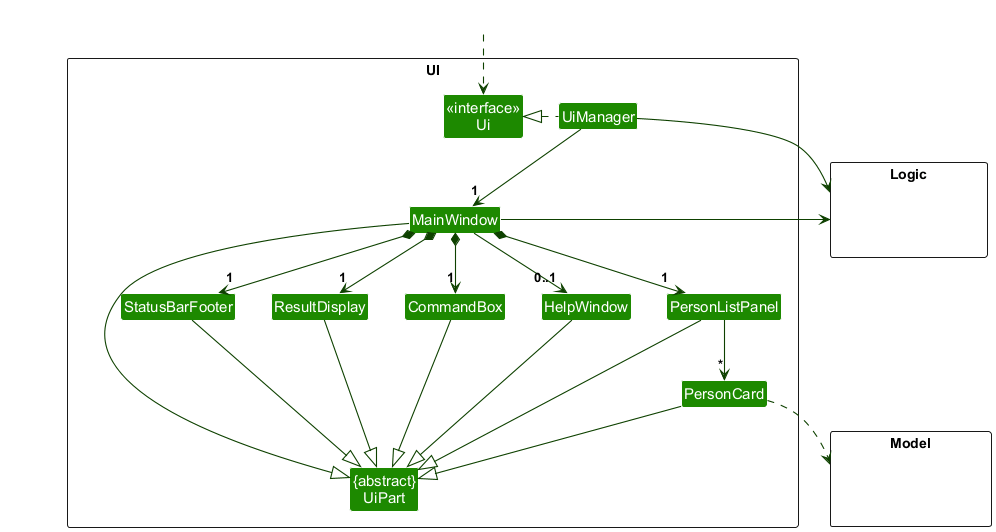
The PlantUML diagram docs/images/UiClassDiagram.png in tgonet/tp, before a commit.
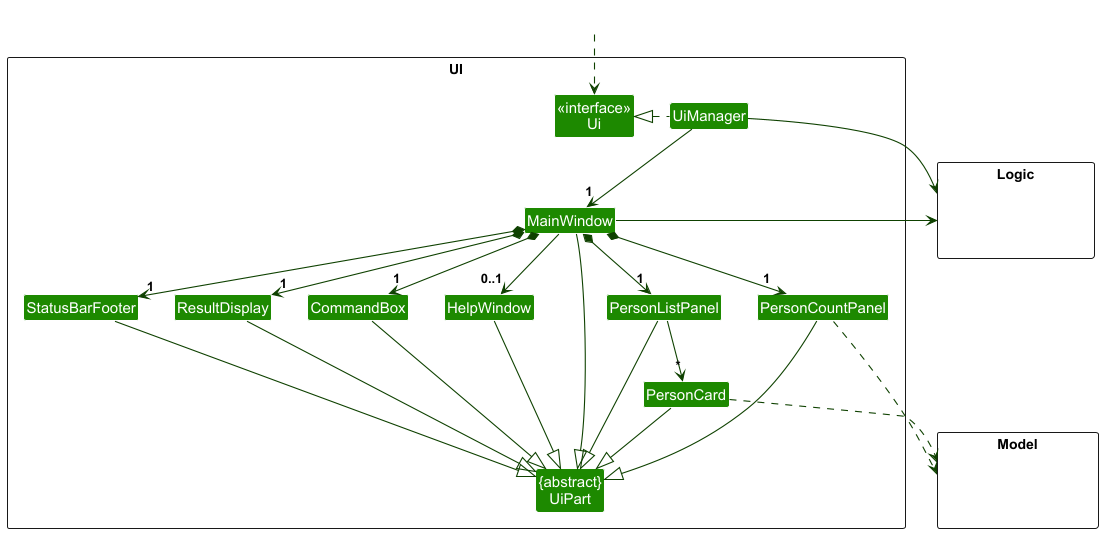
The same file after the commit.

Change to the diagram source:
```diff
@@ -15,6 +15,7 @@
 Class PersonCard
 Class StatusBarFooter
 Class CommandBox
+Class PersonCountPanel
 }
 
 package Model <<Rectangle>> {
@@ -30,10 +31,12 @@
 
 UiManager .left.|> Ui
 UiManager -down-> "1" MainWindow
+
 MainWindow *-down->  "1" CommandBox
 MainWindow *-down-> "1" ResultDisplay
 MainWindow *-down-> "1" PersonListPanel
 MainWindow *-down-> "1" StatusBarFooter
+MainWindow *-down-> "1" PersonCountPanel
 MainWindow --> "0..1" HelpWindow
 
 PersonListPanel -down-> "*" PersonCard
@@ -46,11 +49,14 @@
 PersonCard --|> UiPart
 StatusBarFooter --|> UiPart
 HelpWindow --|> UiPart
+PersonCountPanel --|> UiPart
 
+PersonCountPanel ..> Model
 PersonCard ..> Model
 UiManager -right-> Logic
 MainWindow -left-> Logic
 
+PersonCountPanel -[hidden]left- PersonListPanel
 PersonListPanel -[hidden]left- HelpWindow
 HelpWindow -[hidden]left- CommandBox
 CommandBox -[hidden]left- ResultDisplay
```
